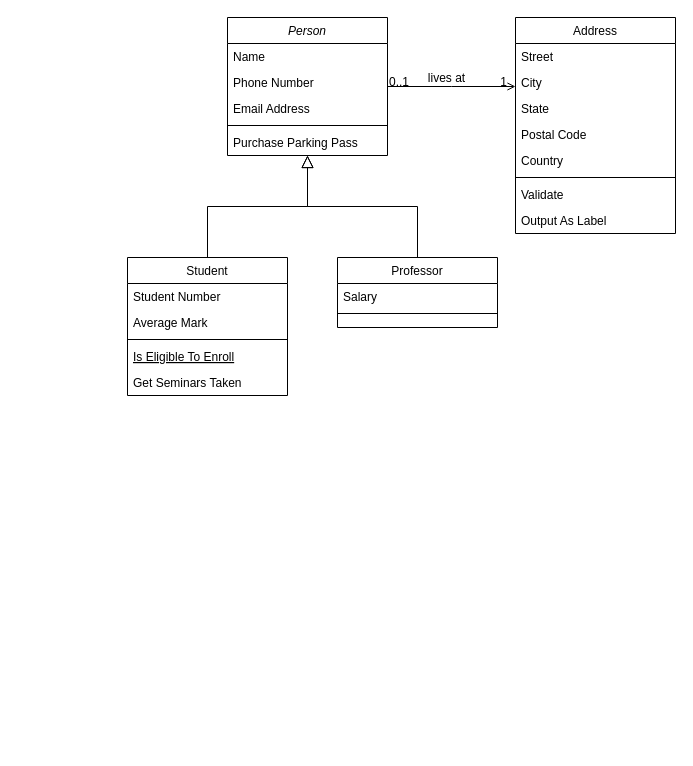
The draw.io diagram movie_cdm.drawio in vinnnna/sistem-basis-data, before the edit. Source tidied: cells renumbered, new cells numbered last; positions are measured from the earlier drawing's top-left corner, leaving out a move shared by most shapes. Both pictures are drawn from the tidied source at 100%, with x=0, y=0 at pixel (127, 17).
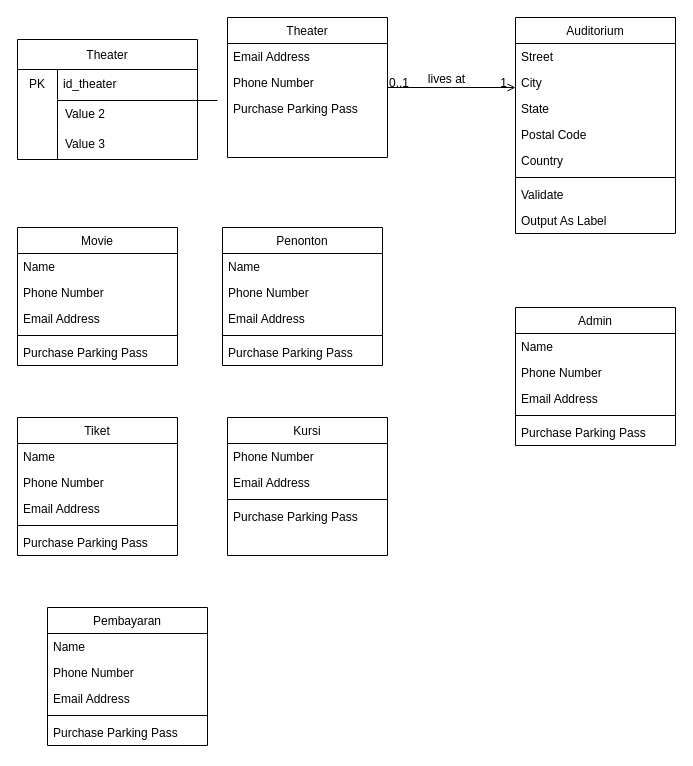
After the change.

The edit, as a diff of the source:
```diff
@@
-    <mxCell id="2" value="Person" style="swimlane;fontStyle=2;align=center;verticalAlign=top;horizontal=1;startSize=26;rounded=0;shadow=0;strokeWidth=1;" parent="1" vertex="1">
-      <mxGeometry x="100" width="160" height="138" as="geometry" />
+    <mxCell id="2" value="Theater" style="swimlane;fontStyle=0;align=center;verticalAlign=top;horizontal=1;startSize=26;rounded=0;shadow=0;strokeWidth=1;" parent="1" vertex="1">
+      <mxGeometry x="100" width="160" height="140" as="geometry" />
     </mxCell>
-    <mxCell id="3" value="Name" style="text;align=left;verticalAlign=top;spacingLeft=4;spacingRight=4;overflow=hidden;" parent="2" vertex="1">
-      <mxGeometry y="26" width="160" height="26" as="geometry" />
-    </mxCell>
+    <mxCell id="5" value="Email Address" style="text;align=left;verticalAlign=top;spacingLeft=4;spacingRight=4;overflow=hidden;rounded=0;shadow=0;html=0;" parent="2" vertex="1">
+      <mxGeometry y="26" width="160" height="26" as="geometry" />
+    </mxCell>
@@
-    <mxCell id="5" value="Email Address" style="text;align=left;verticalAlign=top;spacingLeft=4;spacingRight=4;overflow=hidden;rounded=0;shadow=0;html=0;" parent="2" vertex="1">
-      <mxGeometry y="78" width="160" height="26" as="geometry" />
-    </mxCell>
-    <mxCell id="6" style="line;html=1;strokeWidth=1;align=left;verticalAlign=middle;spacingTop=-1;spacingLeft=3;spacingRight=3;labelPosition=right;" parent="2" vertex="1">
-      <mxGeometry y="104" width="160" height="8" as="geometry" />
-    </mxCell>
     <mxCell id="7" value="Purchase Parking Pass" style="text;align=left;verticalAlign=top;spacingLeft=4;spacingRight=4;overflow=hidden;" parent="2" vertex="1">
-      <mxGeometry y="112" width="160" height="26" as="geometry" />
+      <mxGeometry y="78" width="160" height="26" as="geometry" />
     </mxCell>
-    <mxCell id="8" value="Student" style="swimlane;fontStyle=0;align=center;verticalAlign=top;horizontal=1;startSize=26;rounded=0;shadow=0;strokeWidth=1;" parent="1" vertex="1">
-      <mxGeometry y="240" width="160" height="138" as="geometry" />
-    </mxCell>
-    <mxCell id="9" value="Student Number" style="text;align=left;verticalAlign=top;spacingLeft=4;spacingRight=4;overflow=hidden;" parent="8" vertex="1">
-      <mxGeometry y="26" width="160" height="26" as="geometry" />
-    </mxCell>
-    <mxCell id="10" value="Average Mark" style="text;align=left;verticalAlign=top;spacingLeft=4;spacingRight=4;overflow=hidden;rounded=0;shadow=0;html=0;" parent="8" vertex="1">
-      <mxGeometry y="52" width="160" height="26" as="geometry" />
-    </mxCell>
-    <mxCell id="11" style="line;html=1;strokeWidth=1;align=left;verticalAlign=middle;spacingTop=-1;spacingLeft=3;spacingRight=3;labelPosition=right;" parent="8" vertex="1">
-      <mxGeometry y="78" width="160" height="8" as="geometry" />
-    </mxCell>
-    <mxCell id="12" value="Is Eligible To Enroll" style="text;align=left;verticalAlign=top;spacingLeft=4;spacingRight=4;overflow=hidden;fontStyle=4;" parent="8" vertex="1">
-      <mxGeometry y="86" width="160" height="26" as="geometry" />
-    </mxCell>
-    <mxCell id="13" value="Get Seminars Taken" style="text;align=left;verticalAlign=top;spacingLeft=4;spacingRight=4;overflow=hidden;" parent="8" vertex="1">
-      <mxGeometry y="112" width="160" height="26" as="geometry" />
-    </mxCell>
-    <mxCell id="14" style="endArrow=block;endSize=10;endFill=0;shadow=0;strokeWidth=1;rounded=0;edgeStyle=elbowEdgeStyle;elbow=vertical;" parent="1" edge="1" source="8" target="2">
-      <mxGeometry relative="1" as="geometry" />
-    </mxCell>
-    <mxCell id="15" value="Professor" style="swimlane;fontStyle=0;align=center;verticalAlign=top;horizontal=1;startSize=26;rounded=0;shadow=0;strokeWidth=1;" parent="1" vertex="1">
-      <mxGeometry x="210" y="240" width="160" height="70" as="geometry" />
-    </mxCell>
-    <mxCell id="16" value="Salary" style="text;align=left;verticalAlign=top;spacingLeft=4;spacingRight=4;overflow=hidden;" parent="15" vertex="1">
-      <mxGeometry y="26" width="160" height="26" as="geometry" />
-    </mxCell>
-    <mxCell id="17" style="line;html=1;strokeWidth=1;align=left;verticalAlign=middle;spacingTop=-1;spacingLeft=3;spacingRight=3;labelPosition=right;" parent="15" vertex="1">
-      <mxGeometry y="52" width="160" height="8" as="geometry" />
-    </mxCell>
-    <mxCell id="18" style="endArrow=block;endSize=10;endFill=0;shadow=0;strokeWidth=1;rounded=0;edgeStyle=elbowEdgeStyle;elbow=vertical;" parent="1" edge="1" source="15" target="2">
-      <mxGeometry relative="1" as="geometry" />
-    </mxCell>
-    <mxCell id="19" value="Address" style="swimlane;fontStyle=0;align=center;verticalAlign=top;horizontal=1;startSize=26;rounded=0;shadow=0;strokeWidth=1;" parent="1" vertex="1">
+    <mxCell id="19" value="Auditorium" style="swimlane;fontStyle=0;align=center;verticalAlign=top;horizontal=1;startSize=26;rounded=0;shadow=0;strokeWidth=1;" parent="1" vertex="1">
       <mxGeometry x="388" width="160" height="216" as="geometry" />
     </mxCell>
@@
+    <mxCell id="32" value="Kursi" style="swimlane;fontStyle=0;align=center;verticalAlign=top;horizontal=1;startSize=26;rounded=0;shadow=0;strokeWidth=1;" parent="1" vertex="1">
+      <mxGeometry x="100" y="400" width="160" height="138" as="geometry" />
+    </mxCell>
+    <mxCell id="33" value="Phone Number" style="text;align=left;verticalAlign=top;spacingLeft=4;spacingRight=4;overflow=hidden;rounded=0;shadow=0;html=0;" parent="32" vertex="1">
+      <mxGeometry y="26" width="160" height="26" as="geometry" />
+    </mxCell>
+    <mxCell id="34" value="Email Address" style="text;align=left;verticalAlign=top;spacingLeft=4;spacingRight=4;overflow=hidden;rounded=0;shadow=0;html=0;" parent="32" vertex="1">
+      <mxGeometry y="52" width="160" height="26" as="geometry" />
+    </mxCell>
+    <mxCell id="11" style="line;html=1;strokeWidth=1;align=left;verticalAlign=middle;spacingTop=-1;spacingLeft=3;spacingRight=3;labelPosition=right;" parent="32" vertex="1">
+      <mxGeometry y="78" width="160" height="8" as="geometry" />
+    </mxCell>
+    <mxCell id="35" value="Purchase Parking Pass" style="text;align=left;verticalAlign=top;spacingLeft=4;spacingRight=4;overflow=hidden;" parent="32" vertex="1">
+      <mxGeometry y="86" width="160" height="26" as="geometry" />
+    </mxCell>
+    <mxCell id="36" value="Admin" style="swimlane;fontStyle=0;align=center;verticalAlign=top;horizontal=1;startSize=26;rounded=0;shadow=0;strokeWidth=1;" parent="1" vertex="1">
+      <mxGeometry x="388" y="290" width="160" height="138" as="geometry" />
+    </mxCell>
+    <mxCell id="37" value="Name" style="text;align=left;verticalAlign=top;spacingLeft=4;spacingRight=4;overflow=hidden;" parent="36" vertex="1">
+      <mxGeometry y="26" width="160" height="26" as="geometry" />
+    </mxCell>
+    <mxCell id="38" value="Phone Number" style="text;align=left;verticalAlign=top;spacingLeft=4;spacingRight=4;overflow=hidden;rounded=0;shadow=0;html=0;" parent="36" vertex="1">
+      <mxGeometry y="52" width="160" height="26" as="geometry" />
+    </mxCell>
+    <mxCell id="39" value="Email Address" style="text;align=left;verticalAlign=top;spacingLeft=4;spacingRight=4;overflow=hidden;rounded=0;shadow=0;html=0;" parent="36" vertex="1">
+      <mxGeometry y="78" width="160" height="26" as="geometry" />
+    </mxCell>
+    <mxCell id="40" style="line;html=1;strokeWidth=1;align=left;verticalAlign=middle;spacingTop=-1;spacingLeft=3;spacingRight=3;labelPosition=right;" parent="36" vertex="1">
+      <mxGeometry y="104" width="160" height="8" as="geometry" />
+    </mxCell>
+    <mxCell id="41" value="Purchase Parking Pass" style="text;align=left;verticalAlign=top;spacingLeft=4;spacingRight=4;overflow=hidden;" parent="36" vertex="1">
+      <mxGeometry y="112" width="160" height="26" as="geometry" />
+    </mxCell>
+    <mxCell id="42" value="Movie" style="swimlane;fontStyle=0;align=center;verticalAlign=top;horizontal=1;startSize=26;rounded=0;shadow=0;strokeWidth=1;" parent="1" vertex="1">
+      <mxGeometry x="-110" y="210" width="160" height="138" as="geometry" />
+    </mxCell>
+    <mxCell id="43" value="Name" style="text;align=left;verticalAlign=top;spacingLeft=4;spacingRight=4;overflow=hidden;" parent="42" vertex="1">
+      <mxGeometry y="26" width="160" height="26" as="geometry" />
+    </mxCell>
+    <mxCell id="44" value="Phone Number" style="text;align=left;verticalAlign=top;spacingLeft=4;spacingRight=4;overflow=hidden;rounded=0;shadow=0;html=0;" parent="42" vertex="1">
+      <mxGeometry y="52" width="160" height="26" as="geometry" />
+    </mxCell>
+    <mxCell id="45" value="Email Address" style="text;align=left;verticalAlign=top;spacingLeft=4;spacingRight=4;overflow=hidden;rounded=0;shadow=0;html=0;" parent="42" vertex="1">
+      <mxGeometry y="78" width="160" height="26" as="geometry" />
+    </mxCell>
+    <mxCell id="46" style="line;html=1;strokeWidth=1;align=left;verticalAlign=middle;spacingTop=-1;spacingLeft=3;spacingRight=3;labelPosition=right;" parent="42" vertex="1">
+      <mxGeometry y="104" width="160" height="8" as="geometry" />
+    </mxCell>
+    <mxCell id="47" value="Purchase Parking Pass" style="text;align=left;verticalAlign=top;spacingLeft=4;spacingRight=4;overflow=hidden;" parent="42" vertex="1">
+      <mxGeometry y="112" width="160" height="26" as="geometry" />
+    </mxCell>
+    <mxCell id="48" value="Penonton" style="swimlane;fontStyle=0;align=center;verticalAlign=top;horizontal=1;startSize=26;rounded=0;shadow=0;strokeWidth=1;" parent="1" vertex="1">
+      <mxGeometry x="95" y="210" width="160" height="138" as="geometry" />
+    </mxCell>
+    <mxCell id="49" value="Name" style="text;align=left;verticalAlign=top;spacingLeft=4;spacingRight=4;overflow=hidden;" parent="48" vertex="1">
+      <mxGeometry y="26" width="160" height="26" as="geometry" />
+    </mxCell>
+    <mxCell id="50" value="Phone Number" style="text;align=left;verticalAlign=top;spacingLeft=4;spacingRight=4;overflow=hidden;rounded=0;shadow=0;html=0;" parent="48" vertex="1">
+      <mxGeometry y="52" width="160" height="26" as="geometry" />
+    </mxCell>
+    <mxCell id="51" value="Email Address" style="text;align=left;verticalAlign=top;spacingLeft=4;spacingRight=4;overflow=hidden;rounded=0;shadow=0;html=0;" parent="48" vertex="1">
+      <mxGeometry y="78" width="160" height="26" as="geometry" />
+    </mxCell>
+    <mxCell id="52" style="line;html=1;strokeWidth=1;align=left;verticalAlign=middle;spacingTop=-1;spacingLeft=3;spacingRight=3;labelPosition=right;" parent="48" vertex="1">
+      <mxGeometry y="104" width="160" height="8" as="geometry" />
+    </mxCell>
+    <mxCell id="53" value="Purchase Parking Pass" style="text;align=left;verticalAlign=top;spacingLeft=4;spacingRight=4;overflow=hidden;" parent="48" vertex="1">
+      <mxGeometry y="112" width="160" height="26" as="geometry" />
+    </mxCell>
+    <mxCell id="54" value="Tiket" style="swimlane;fontStyle=0;align=center;verticalAlign=top;horizontal=1;startSize=26;rounded=0;shadow=0;strokeWidth=1;" parent="1" vertex="1">
+      <mxGeometry x="-110" y="400" width="160" height="138" as="geometry" />
+    </mxCell>
+    <mxCell id="55" value="Name" style="text;align=left;verticalAlign=top;spacingLeft=4;spacingRight=4;overflow=hidden;" parent="54" vertex="1">
+      <mxGeometry y="26" width="160" height="26" as="geometry" />
+    </mxCell>
+    <mxCell id="56" value="Phone Number" style="text;align=left;verticalAlign=top;spacingLeft=4;spacingRight=4;overflow=hidden;rounded=0;shadow=0;html=0;" parent="54" vertex="1">
+      <mxGeometry y="52" width="160" height="26" as="geometry" />
+    </mxCell>
+    <mxCell id="57" value="Email Address" style="text;align=left;verticalAlign=top;spacingLeft=4;spacingRight=4;overflow=hidden;rounded=0;shadow=0;html=0;" parent="54" vertex="1">
+      <mxGeometry y="78" width="160" height="26" as="geometry" />
+    </mxCell>
+    <mxCell id="58" style="line;html=1;strokeWidth=1;align=left;verticalAlign=middle;spacingTop=-1;spacingLeft=3;spacingRight=3;labelPosition=right;" parent="54" vertex="1">
+      <mxGeometry y="104" width="160" height="8" as="geometry" />
+    </mxCell>
+    <mxCell id="59" value="Purchase Parking Pass" style="text;align=left;verticalAlign=top;spacingLeft=4;spacingRight=4;overflow=hidden;" parent="54" vertex="1">
+      <mxGeometry y="112" width="160" height="26" as="geometry" />
+    </mxCell>
+    <mxCell id="60" value="Pembayaran" style="swimlane;fontStyle=0;align=center;verticalAlign=top;horizontal=1;startSize=26;rounded=0;shadow=0;strokeWidth=1;" parent="1" vertex="1">
+      <mxGeometry x="-80" y="590" width="160" height="138" as="geometry" />
+    </mxCell>
+    <mxCell id="61" value="Name" style="text;align=left;verticalAlign=top;spacingLeft=4;spacingRight=4;overflow=hidden;" parent="60" vertex="1">
+      <mxGeometry y="26" width="160" height="26" as="geometry" />
+    </mxCell>
+    <mxCell id="62" value="Phone Number" style="text;align=left;verticalAlign=top;spacingLeft=4;spacingRight=4;overflow=hidden;rounded=0;shadow=0;html=0;" parent="60" vertex="1">
+      <mxGeometry y="52" width="160" height="26" as="geometry" />
+    </mxCell>
+    <mxCell id="63" value="Email Address" style="text;align=left;verticalAlign=top;spacingLeft=4;spacingRight=4;overflow=hidden;rounded=0;shadow=0;html=0;" parent="60" vertex="1">
+      <mxGeometry y="78" width="160" height="26" as="geometry" />
+    </mxCell>
+    <mxCell id="64" style="line;html=1;strokeWidth=1;align=left;verticalAlign=middle;spacingTop=-1;spacingLeft=3;spacingRight=3;labelPosition=right;" parent="60" vertex="1">
+      <mxGeometry y="104" width="160" height="8" as="geometry" />
+    </mxCell>
+    <mxCell id="65" value="Purchase Parking Pass" style="text;align=left;verticalAlign=top;spacingLeft=4;spacingRight=4;overflow=hidden;" parent="60" vertex="1">
+      <mxGeometry y="112" width="160" height="26" as="geometry" />
+    </mxCell>
+    <mxCell id="66" value="Theater" style="shape=table;startSize=30;childLayout=tableLayout;rowLines=0;fontStyle=0;strokeColor=default;fontSize=12;" parent="1" vertex="1">
+      <mxGeometry x="-110" y="22" width="180" height="120" as="geometry" />
+    </mxCell>
+    <mxCell id="67" style="shape=tableRow;horizontal=0;startSize=0;swimlaneHead=0;swimlaneBody=0;top=0;left=0;bottom=0;right=0;fillColor=none;strokeColor=inherit;fontSize=16;" parent="66" vertex="1">
+      <mxGeometry y="30" width="180" height="30" as="geometry" />
+    </mxCell>
+    <mxCell id="68" value="PK" style="shape=partialRectangle;html=1;whiteSpace=wrap;fillColor=none;top=0;left=0;bottom=0;right=0;overflow=hidden;strokeColor=inherit;fontSize=12;" parent="67" vertex="1">
+      <mxGeometry width="40" height="30" as="geometry" />
+    </mxCell>
+    <mxCell id="69" style="shape=partialRectangle;html=1;whiteSpace=wrap;fillColor=none;top=0;left=0;bottom=0;right=0;align=left;spacingLeft=6;overflow=hidden;strokeColor=inherit;fontSize=12;" parent="67" vertex="1">
+      <mxGeometry x="40" width="140" height="30" as="geometry" />
+    </mxCell>
+    <mxCell id="70" style="shape=tableRow;horizontal=0;startSize=0;swimlaneHead=0;swimlaneBody=0;top=0;left=0;bottom=0;right=0;fillColor=none;strokeColor=inherit;fontSize=16;" parent="66" vertex="1">
+      <mxGeometry y="60" width="180" height="30" as="geometry" />
+    </mxCell>
+    <mxCell id="71" style="shape=partialRectangle;html=1;whiteSpace=wrap;fillColor=none;top=0;left=0;bottom=0;right=0;overflow=hidden;strokeColor=inherit;fontSize=12;" parent="70" vertex="1">
+      <mxGeometry width="40" height="30" as="geometry" />
+    </mxCell>
+    <mxCell id="72" value="Value 2" style="shape=partialRectangle;html=1;whiteSpace=wrap;fillColor=none;top=0;left=0;bottom=0;right=0;align=left;spacingLeft=6;overflow=hidden;strokeColor=inherit;fontSize=12;" parent="70" vertex="1">
+      <mxGeometry x="40" width="140" height="30" as="geometry" />
+    </mxCell>
+    <mxCell id="73" style="shape=tableRow;horizontal=0;startSize=0;swimlaneHead=0;swimlaneBody=0;top=0;left=0;bottom=0;right=0;fillColor=none;strokeColor=inherit;fontSize=16;" parent="66" vertex="1">
+      <mxGeometry y="90" width="180" height="30" as="geometry" />
+    </mxCell>
+    <mxCell id="74" style="shape=partialRectangle;html=1;whiteSpace=wrap;fillColor=none;top=0;left=0;bottom=0;right=0;overflow=hidden;strokeColor=inherit;fontSize=12;" parent="73" vertex="1">
+      <mxGeometry width="40" height="30" as="geometry" />
+    </mxCell>
+    <mxCell id="75" value="Value 3" style="shape=partialRectangle;html=1;whiteSpace=wrap;fillColor=none;top=0;left=0;bottom=0;right=0;align=left;spacingLeft=6;overflow=hidden;strokeColor=inherit;fontSize=12;" parent="73" vertex="1">
+      <mxGeometry x="40" width="140" height="30" as="geometry" />
+    </mxCell>
+    <mxCell id="76" value="id_theater" style="text;align=left;verticalAlign=top;spacingLeft=4;spacingRight=4;overflow=hidden;" parent="1" vertex="1">
+      <mxGeometry x="-70" y="53" width="160" height="26" as="geometry" />
+    </mxCell>
+    <mxCell id="77" style="line;html=1;strokeWidth=1;align=left;verticalAlign=middle;spacingTop=-1;spacingLeft=3;spacingRight=3;labelPosition=right;" parent="1" vertex="1">
+      <mxGeometry x="-70" y="79" width="160" height="8" as="geometry" />
+    </mxCell>
```
